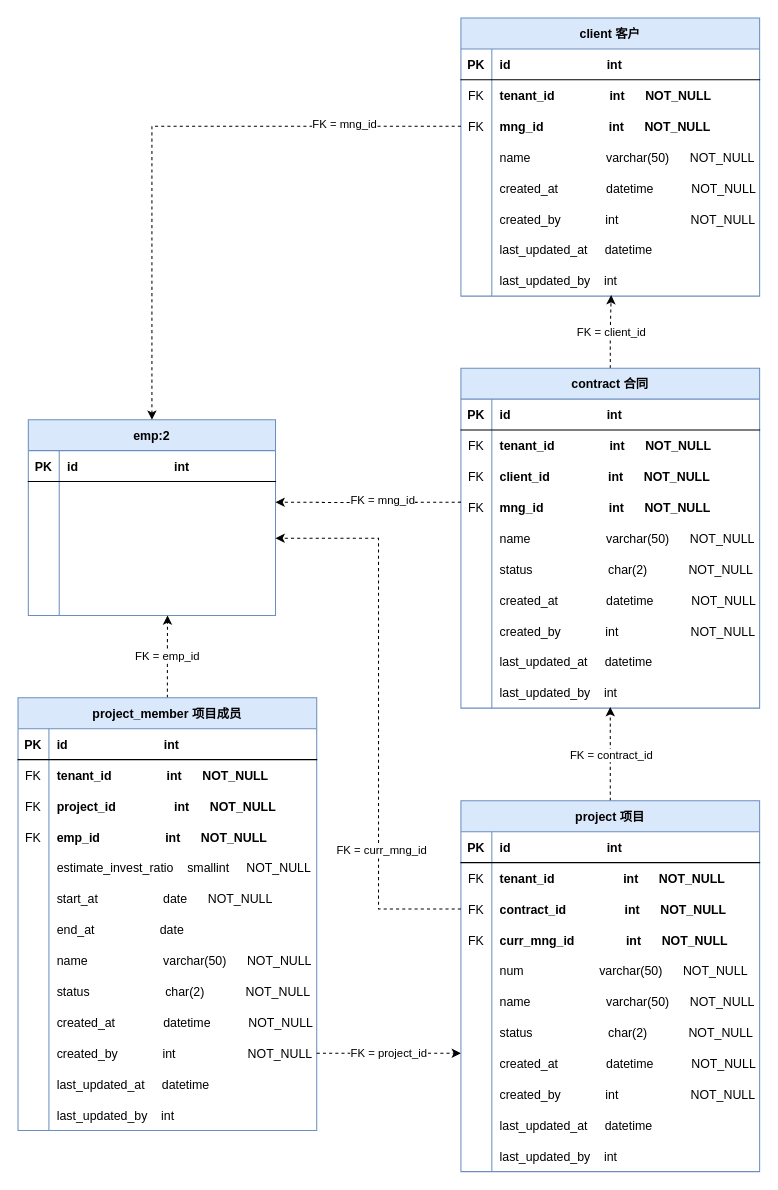
Earlier version of the draw.io diagram page "项目管理" (3 of 4) of aoe的DrawIO仓库/23/数据库设计.drawio (wyyl1/wyyl1.github.io). Source tidied: cells renumbered, new cells numbered last; positions are measured from the earlier drawing's top-left corner, leaving out a move shared by most shapes. Both pictures are drawn from the tidied source at 103%, with x=0, y=0 at pixel (18, 18).
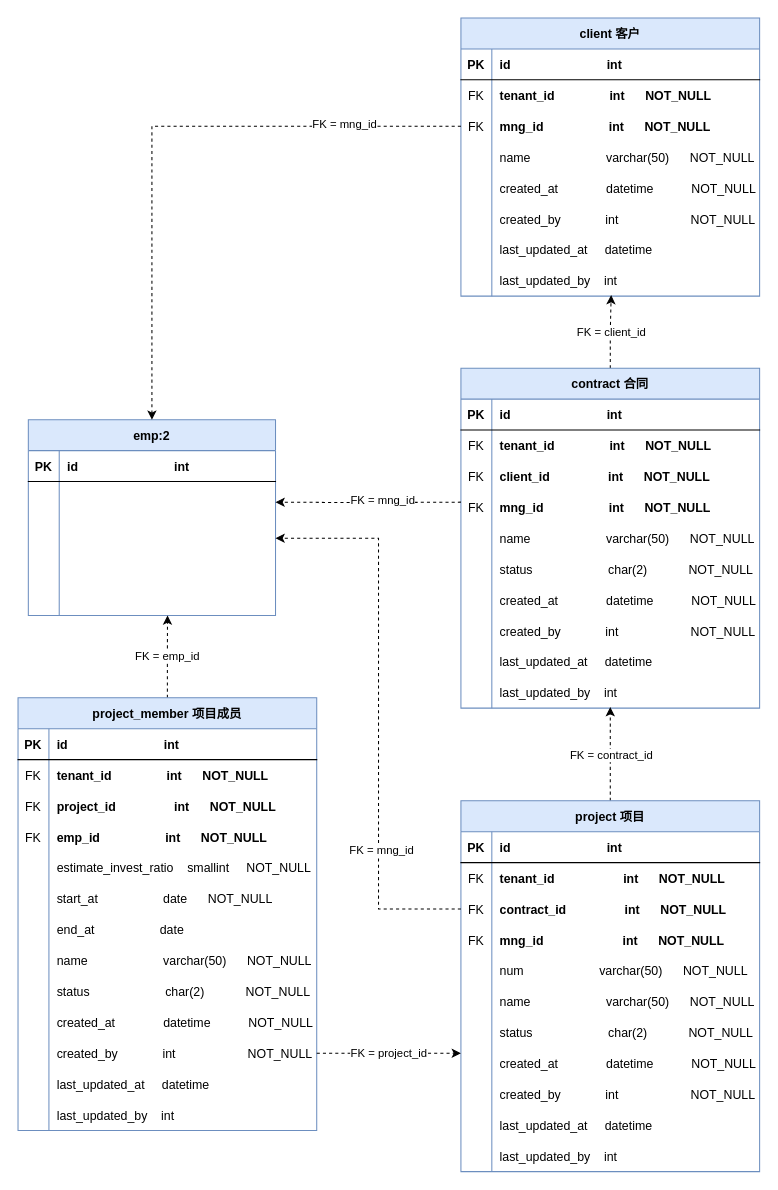
The same page after the edit.

Unchanged cells that the change refers to:
```xml
<mxCell id="87" style="shape=tableRow;horizontal=0;startSize=0;swimlaneHead=0;swimlaneBody=0;fillColor=none;top=0;left=0;right=0;bottom=0;" parent="77" vertex="1">
  <mxGeometry y="120" width="290" height="30" as="geometry" />
</mxCell>
<mxCell id="156" style="edgeStyle=orthogonalEdgeStyle;rounded=0;jettySize=auto;html=1;dashed=1;startArrow=none;startFill=0;endArrow=classic;endFill=1;entryX=1;entryY=0.5;entryDx=0;entryDy=0;" parent="1" edge="1" source="84" target="34">
  <mxGeometry relative="1" as="geometry">
    <Array as="points">
      <mxPoint x="350" y="865" />
      <mxPoint x="350" y="505" />
    </Array>
  </mxGeometry>
</mxCell>
```

What changed in the source:
```diff
@@
-    <mxCell id="89" value="curr_mng_id               int      NOT_NULL" style="shape=partialRectangle;fillColor=none;top=0;left=0;bottom=0;right=0;align=left;spacingLeft=6;overflow=hidden;fontStyle=1;" parent="87" vertex="1">
+    <mxCell id="89" value="mng_id                       int      NOT_NULL" style="shape=partialRectangle;fillColor=none;top=0;left=0;bottom=0;right=0;align=left;spacingLeft=6;overflow=hidden;fontStyle=1;" parent="87" vertex="1">
       <mxGeometry x="30" width="260" height="30" as="geometry" />
     </mxCell>
@@
-    <mxCell id="157" value="FK = curr_mng_id" style="edgeLabel;html=1;align=center;verticalAlign=middle;" parent="156" vertex="1">
+    <mxCell id="157" value="FK = mng_id" style="edgeLabel;html=1;align=center;verticalAlign=middle;" parent="156" vertex="1">
       <mxGeometry x="-0.49" y="-2" relative="1" as="geometry" />
     </mxCell>
```
